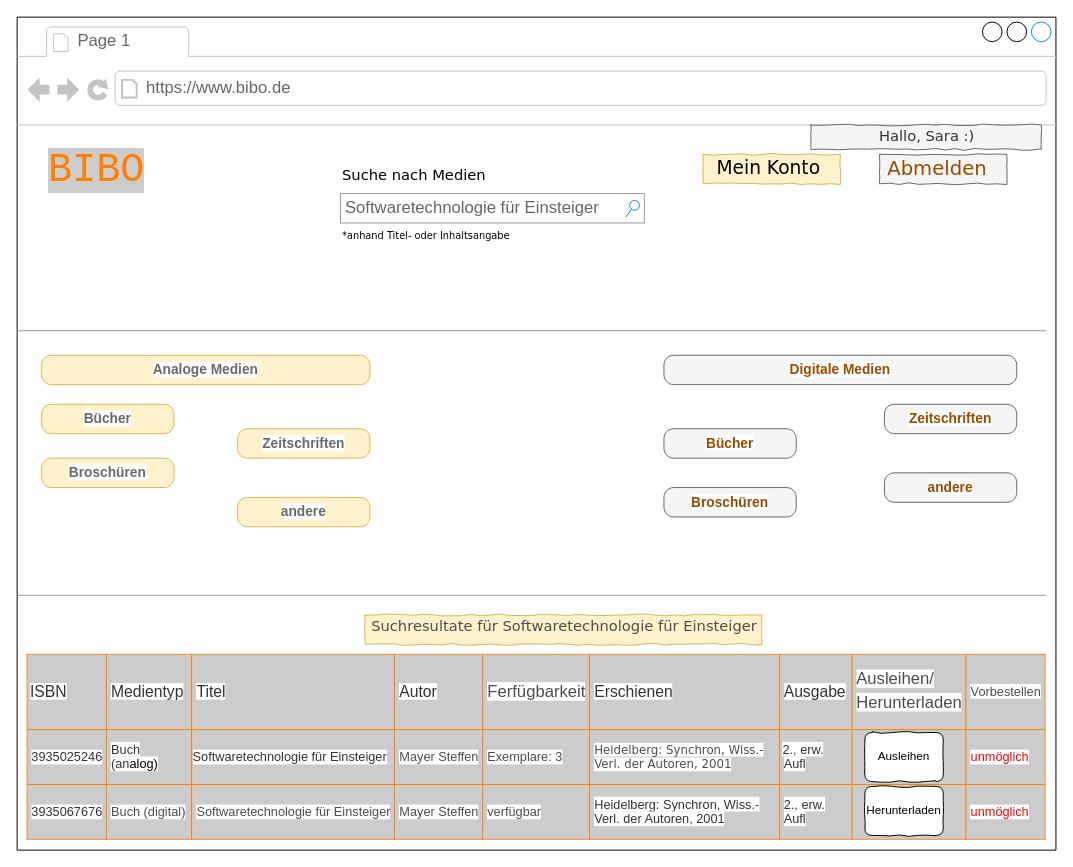
This is 3_Lasten_Pflichtenheft/Pflichtenheft/GUIs/Suchаnfrаgen von аngemeldeten Benutzer mit Rechten.drawio from mostermann96/SWT2, a draw.io file, before an edit. Source tidied: cells renumbered, new cells numbered last; positions are measured from the earlier drawing's top-left corner, leaving out a move shared by most shapes. Both pictures are drawn from the tidied source at 98%, with x=0, y=0 at pixel (17, 17).
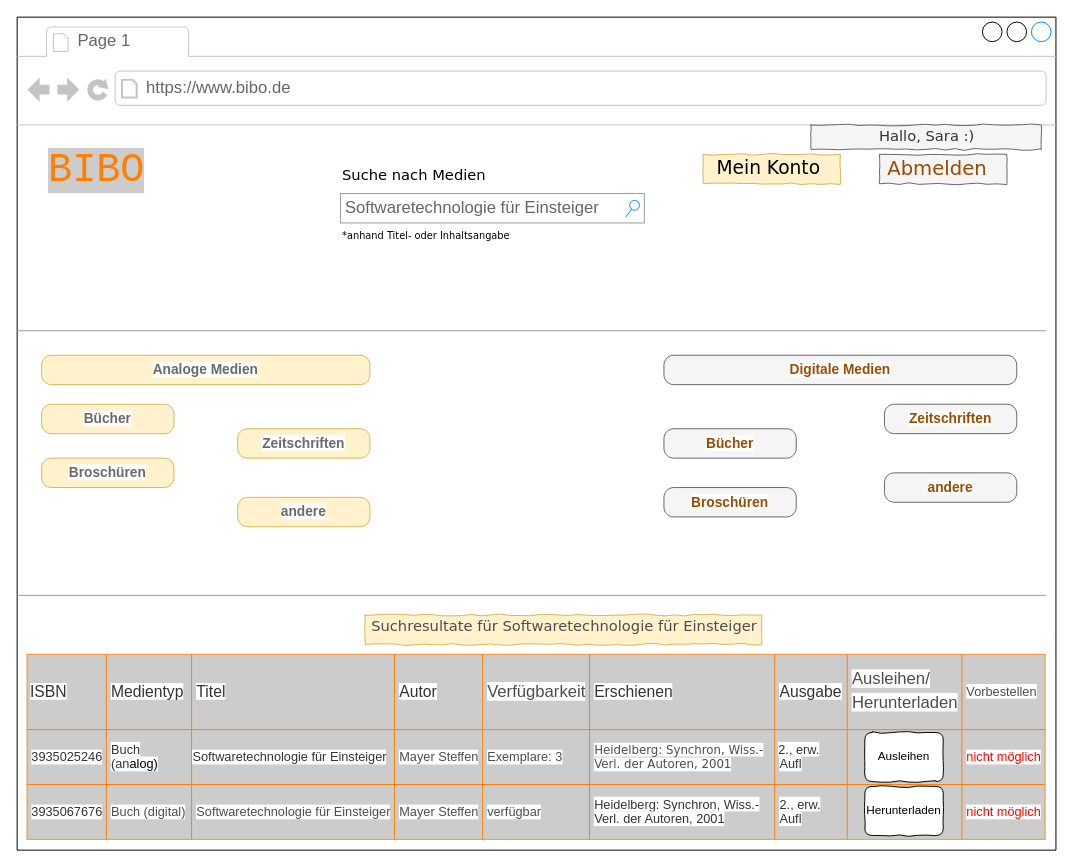
After the change.

Unchanged cells that the change refers to:
```xml
<mxCell id="2" style="strokeWidth=1;shadow=0;dashed=0;align=center;html=1;shape=mxgraph.mockup.containers.browserWindow;rSize=0;mainText=,;rounded=0;labelBackgroundColor=none;fontFamily=Verdana;fontSize=12;" parent="1" vertex="1">
  <mxGeometry width="1060" height="850" as="geometry" />
</mxCell>
```

What changed in the source:
```diff
@@
-    <mxCell id="24" value="&lt;table style=&quot;width: 100% ; height: 100% ; border-collapse: collapse ; background-color: rgb(204 , 204 , 204) ; border: 1px solid rgb(255 , 128 , 0)&quot; width=&quot;100%&quot; cellpadding=&quot;4&quot; border=&quot;1&quot;&gt;&lt;tbody style=&quot;font-size: 13px&quot;&gt;&lt;tr style=&quot;color: rgb(255 , 255 , 255)&quot;&gt;&lt;td style=&quot;text-indent: -2%&quot;&gt;&lt;font face=&quot;VisSansBold, Helvetica, Arial, sans-serif&quot; color=&quot;#333333&quot;&gt;&lt;span style=&quot;font-size: 16px ; white-space: normal ; background-color: rgb(255 , 255 , 255)&quot;&gt;ISBN&lt;/span&gt;&lt;/font&gt;&lt;br&gt;&lt;/td&gt;&lt;td&gt;&lt;span style=&quot;color: rgb(51 , 51 , 51) ; font-family: &amp;#34;vissansbold&amp;#34; , &amp;#34;helvetica&amp;#34; , &amp;#34;arial&amp;#34; , sans-serif ; font-size: 16px ; text-indent: -2% ; white-space: normal ; background-color: rgb(255 , 255 , 255)&quot;&gt;Medientyp&lt;/span&gt;&lt;br&gt;&lt;/td&gt;&lt;th align=&quot;left&quot;&gt;&lt;span style=&quot;color: rgb(51 , 51 , 51) ; font-family: &amp;#34;vissansbold&amp;#34; , &amp;#34;helvetica&amp;#34; , &amp;#34;arial&amp;#34; , sans-serif ; font-size: 16px ; font-weight: 400 ; text-indent: -2% ; white-space: normal ; background-color: rgb(255 , 255 , 255)&quot;&gt;Titel&lt;/span&gt;&lt;br&gt;&lt;/th&gt;&lt;th align=&quot;left&quot;&gt;&lt;font face=&quot;VisSansBold, Helvetica, Arial, sans-serif&quot; color=&quot;#333333&quot;&gt;&lt;span style=&quot;font-size: 16px ; font-weight: 400 ; white-space: normal ; background-color: rgb(255 , 255 , 255)&quot;&gt;Autor&lt;/span&gt;&lt;/font&gt;&lt;br&gt;&lt;/th&gt;&lt;th align=&quot;left&quot;&gt;&lt;font style=&quot;background-color: rgb(255 , 255 , 255) ; font-weight: normal ; font-size: 17px&quot; color=&quot;#4d4d4d&quot;&gt;Ferfügbarkeit&lt;/font&gt;&lt;/th&gt;&lt;td&gt;&lt;span style=&quot;color: rgb(51 , 51 , 51) ; font-family: &amp;#34;vissansbold&amp;#34; , &amp;#34;helvetica&amp;#34; , &amp;#34;arial&amp;#34; , sans-serif ; font-size: 16px ; text-indent: -2% ; white-space: normal ; background-color: rgb(255 , 255 , 255)&quot;&gt;Erschienen&lt;/span&gt;&lt;br&gt;&lt;/td&gt;&lt;td&gt;&lt;span style=&quot;color: rgb(51 , 51 , 51) ; font-family: &amp;#34;vissansbold&amp;#34; , &amp;#34;helvetica&amp;#34; , &amp;#34;arial&amp;#34; , sans-serif ; font-size: 16px ; text-indent: -2% ; white-space: normal ; background-color: rgb(255 , 255 , 255)&quot;&gt;Ausgabe&lt;/span&gt;&lt;br&gt;&lt;/td&gt;&lt;td&gt;&lt;font style=&quot;background-color: rgb(255 , 255 , 255) ; font-size: 17px&quot; color=&quot;#4d4d4d&quot;&gt;Ausleihen/&lt;br&gt;&lt;a href=&quot;https://www.google.ru/url?sa=t&amp;amp;rct=j&amp;amp;q=&amp;amp;esrc=s&amp;amp;source=web&amp;amp;cd=3&amp;amp;ved=2ahUKEwjd3rCshafmAhXLzqQKHeFkBQYQFjACegQIDBAG&amp;amp;url=https%3A%2F%2Fde.wikipedia.org%2Fwiki%2FHilfe%3AHochladen&amp;amp;usg=AOvVaw2GScPgjC7Z1DQhCU2mOQEb&quot; target=&quot;_blank&quot; style=&quot;cursor: pointer ; font-family: &amp;#34;arial&amp;#34; , sans-serif ; white-space: normal&quot;&gt;&lt;h3 class=&quot;LC20lb&quot; style=&quot;font-weight: normal ; margin: 0px ; padding: 0px ; display: inline-block ; line-height: 1.3&quot;&gt;&lt;span class=&quot;S3Uucc&quot; style=&quot;font-size: 17px&quot;&gt;&lt;font style=&quot;font-size: 17px&quot; color=&quot;#4d4d4d&quot;&gt;Herunterladen&lt;/font&gt;&lt;/span&gt;&lt;/h3&gt;&lt;/a&gt;&lt;/font&gt;&lt;/td&gt;&lt;td&gt;&lt;font style=&quot;background-color: rgb(255 , 255 , 255)&quot; color=&quot;#4d4d4d&quot;&gt;Vorbestellen&lt;/font&gt;&lt;/td&gt;&lt;/tr&gt;&lt;tr style=&quot;font-size: 13px&quot;&gt;&lt;td&gt;&lt;span style=&quot;color: rgb(51 , 51 , 51) ; font-family: &amp;#34;vissansbook&amp;#34; , &amp;#34;helvetica&amp;#34; , &amp;#34;arial&amp;#34; , sans-serif ; text-indent: -2% ; white-space: normal ; background-color: rgb(255 , 255 , 255)&quot;&gt;&lt;font style=&quot;font-size: 13px&quot;&gt;3935025246&lt;/font&gt;&lt;/span&gt;&lt;br&gt;&lt;/td&gt;&lt;td&gt;&lt;span style=&quot;color: rgb(51 , 51 , 51) ; font-family: &amp;#34;vissansbook&amp;#34; , &amp;#34;helvetica&amp;#34; , &amp;#34;arial&amp;#34; , sans-serif ; text-indent: -2% ; white-space: normal&quot;&gt;&lt;font style=&quot;font-size: 13px&quot;&gt;&lt;span style=&quot;background-color: rgb(255 , 255 , 255)&quot;&gt;Buch (an&lt;/span&gt;&lt;/font&gt;&lt;/span&gt;&lt;span style=&quot;background-color: rgb(255 , 255 , 255)&quot;&gt;alog)&lt;/span&gt;&lt;br&gt;&lt;/td&gt;&lt;td style=&quot;text-indent: -2% ; font-size: 13px&quot;&gt;&lt;font color=&quot;#333333&quot; face=&quot;vissansbook, helvetica, arial, sans-serif&quot;&gt;&lt;span style=&quot;white-space: normal ; background-color: rgb(255 , 255 , 255)&quot;&gt;Softwaretechnologie für Einsteiger&lt;/span&gt;&lt;/font&gt;&lt;/td&gt;&lt;td&gt;&lt;span style=&quot;background-color: rgb(255 , 255 , 255)&quot;&gt;&lt;font color=&quot;#4d4d4d&quot;&gt;Mayer Steffen&lt;/font&gt;&lt;/span&gt;&lt;/td&gt;&lt;td&gt;&lt;span style=&quot;background-color: rgb(255 , 255 , 255)&quot;&gt;&lt;font color=&quot;#4d4d4d&quot;&gt;Exemplare: 3&lt;/font&gt;&lt;/span&gt;&lt;/td&gt;&lt;td&gt;&lt;font style=&quot;font-size: 12px&quot; face=&quot;Verdana&quot;&gt;&lt;span style=&quot;text-indent: -2% ; white-space: normal ; background-color: rgb(255 , 255 , 255)&quot;&gt;&lt;font style=&quot;font-size: 12px&quot; color=&quot;#4d4d4d&quot;&gt;Heidelberg: Synchron, Wiss.-Verl. der Autoren, 2001&lt;/font&gt;&lt;/span&gt;&lt;br&gt;&lt;/font&gt;&lt;/td&gt;&lt;td style=&quot;text-indent: -2%&quot;&gt;&lt;font size=&quot;1&quot; color=&quot;#333333&quot;&gt;&lt;span style=&quot;white-space: normal ; font-size: 13px ; background-color: rgb(255 , 255 , 255)&quot;&gt;2., erw. Aufl&lt;/span&gt;&lt;/font&gt;&lt;br&gt;&lt;/td&gt;&lt;td&gt;&lt;br&gt;&lt;/td&gt;&lt;td&gt;&lt;span style=&quot;background-color: rgb(255 , 255 , 255)&quot;&gt;&lt;font color=&quot;#ff0000&quot;&gt;unmöglich&lt;/font&gt;&lt;/span&gt;&lt;/td&gt;&lt;/tr&gt;&lt;tr&gt;&lt;td&gt;&lt;span style=&quot;color: rgb(51 , 51 , 51) ; font-family: &amp;#34;vissansbook&amp;#34; , &amp;#34;helvetica&amp;#34; , &amp;#34;arial&amp;#34; , sans-serif ; font-size: 13px ; text-indent: -2% ; white-space: normal ; background-color: rgb(255 , 255 , 255)&quot;&gt;3935067676&lt;/span&gt;&lt;br&gt;&lt;/td&gt;&lt;td&gt;&lt;font style=&quot;font-size: 13px ; background-color: rgb(255 , 255 , 255)&quot; color=&quot;#4d4d4d&quot;&gt;Buch (digital)&lt;/font&gt;&lt;/td&gt;&lt;td&gt;&lt;font color=&quot;#4d4d4d&quot;&gt;&lt;span style=&quot;background-color: rgb(255 , 255 , 255)&quot;&gt;Softwaretechnologie für Einsteiger&lt;/span&gt;&lt;/font&gt;&lt;/td&gt;&lt;td&gt;&lt;font style=&quot;background-color: rgb(255 , 255 , 255) ; font-size: 13px&quot; color=&quot;#4d4d4d&quot;&gt;Mayer Steffen&lt;/font&gt;&lt;/td&gt;&lt;td&gt;&lt;font style=&quot;font-size: 13px ; background-color: rgb(255 , 255 , 255)&quot; color=&quot;#4d4d4d&quot;&gt;verfügbar&lt;/font&gt;&lt;/td&gt;&lt;td&gt;&lt;span style=&quot;color: rgb(51 , 51 , 51) ; text-indent: -2% ; white-space: normal ; background-color: rgb(255 , 255 , 255)&quot;&gt;&lt;font style=&quot;font-size: 13px&quot;&gt;Heidelberg: Synchron, Wiss.-Verl. der Autoren, 2001&lt;/font&gt;&lt;/span&gt;&lt;br&gt;&lt;/td&gt;&lt;td&gt;&lt;span style=&quot;color: rgb(51 , 51 , 51) ; text-indent: -2% ; white-space: normal ; background-color: rgb(255 , 255 , 255)&quot;&gt;2., erw. Aufl&lt;/span&gt;&lt;br&gt;&lt;/td&gt;&lt;td&gt;&lt;br&gt;&lt;/td&gt;&lt;td&gt;&lt;font style=&quot;background-color: rgb(255 , 255 , 255)&quot; color=&quot;#ff0000&quot;&gt;unmöglich&lt;/font&gt;&lt;/td&gt;&lt;/tr&gt;&lt;/tbody&gt;&lt;/table&gt;" style="text;html=1;overflow=fill;rounded=0;shadow=0;comic=1;imageAspect=1;" parent="2" vertex="1">
+    <mxCell id="24" value="&lt;table style=&quot;width: 100% ; height: 100% ; border-collapse: collapse ; background-color: rgb(204 , 204 , 204) ; border: 1px solid rgb(255 , 128 , 0)&quot; width=&quot;100%&quot; cellpadding=&quot;4&quot; border=&quot;1&quot;&gt;&lt;tbody style=&quot;font-size: 13px&quot;&gt;&lt;tr style=&quot;color: rgb(255 , 255 , 255)&quot;&gt;&lt;td style=&quot;text-indent: -2%&quot;&gt;&lt;font face=&quot;VisSansBold, Helvetica, Arial, sans-serif&quot; color=&quot;#333333&quot;&gt;&lt;span style=&quot;font-size: 16px ; white-space: normal ; background-color: rgb(255 , 255 , 255)&quot;&gt;ISBN&lt;/span&gt;&lt;/font&gt;&lt;br&gt;&lt;/td&gt;&lt;td&gt;&lt;span style=&quot;color: rgb(51 , 51 , 51) ; font-family: &amp;#34;vissansbold&amp;#34; , &amp;#34;helvetica&amp;#34; , &amp;#34;arial&amp;#34; , sans-serif ; font-size: 16px ; text-indent: -2% ; white-space: normal ; background-color: rgb(255 , 255 , 255)&quot;&gt;Medientyp&lt;/span&gt;&lt;br&gt;&lt;/td&gt;&lt;th align=&quot;left&quot;&gt;&lt;span style=&quot;color: rgb(51 , 51 , 51) ; font-family: &amp;#34;vissansbold&amp;#34; , &amp;#34;helvetica&amp;#34; , &amp;#34;arial&amp;#34; , sans-serif ; font-size: 16px ; font-weight: 400 ; text-indent: -2% ; white-space: normal ; background-color: rgb(255 , 255 , 255)&quot;&gt;Titel&lt;/span&gt;&lt;br&gt;&lt;/th&gt;&lt;th align=&quot;left&quot;&gt;&lt;font face=&quot;VisSansBold, Helvetica, Arial, sans-serif&quot; color=&quot;#333333&quot;&gt;&lt;span style=&quot;font-size: 16px ; font-weight: 400 ; white-space: normal ; background-color: rgb(255 , 255 , 255)&quot;&gt;Autor&lt;/span&gt;&lt;/font&gt;&lt;br&gt;&lt;/th&gt;&lt;th align=&quot;left&quot;&gt;&lt;font style=&quot;background-color: rgb(255 , 255 , 255) ; font-weight: normal ; font-size: 17px&quot; color=&quot;#4d4d4d&quot;&gt;Verfügbarkeit&lt;/font&gt;&lt;/th&gt;&lt;td&gt;&lt;span style=&quot;color: rgb(51 , 51 , 51) ; font-family: &amp;#34;vissansbold&amp;#34; , &amp;#34;helvetica&amp;#34; , &amp;#34;arial&amp;#34; , sans-serif ; font-size: 16px ; text-indent: -2% ; white-space: normal ; background-color: rgb(255 , 255 , 255)&quot;&gt;Erschienen&lt;/span&gt;&lt;br&gt;&lt;/td&gt;&lt;td&gt;&lt;span style=&quot;color: rgb(51 , 51 , 51) ; font-family: &amp;#34;vissansbold&amp;#34; , &amp;#34;helvetica&amp;#34; , &amp;#34;arial&amp;#34; , sans-serif ; font-size: 16px ; text-indent: -2% ; white-space: normal ; background-color: rgb(255 , 255 , 255)&quot;&gt;Ausgabe&lt;/span&gt;&lt;br&gt;&lt;/td&gt;&lt;td&gt;&lt;font style=&quot;background-color: rgb(255 , 255 , 255) ; font-size: 17px&quot; color=&quot;#4d4d4d&quot;&gt;Ausleihen/&lt;br&gt;&lt;a href=&quot;https://www.google.ru/url?sa=t&amp;amp;rct=j&amp;amp;q=&amp;amp;esrc=s&amp;amp;source=web&amp;amp;cd=3&amp;amp;ved=2ahUKEwjd3rCshafmAhXLzqQKHeFkBQYQFjACegQIDBAG&amp;amp;url=https%3A%2F%2Fde.wikipedia.org%2Fwiki%2FHilfe%3AHochladen&amp;amp;usg=AOvVaw2GScPgjC7Z1DQhCU2mOQEb&quot; target=&quot;_blank&quot; style=&quot;cursor: pointer ; font-family: &amp;#34;arial&amp;#34; , sans-serif ; white-space: normal&quot;&gt;&lt;h3 class=&quot;LC20lb&quot; style=&quot;font-weight: normal ; margin: 0px ; padding: 0px ; display: inline-block ; line-height: 1.3&quot;&gt;&lt;span class=&quot;S3Uucc&quot; style=&quot;font-size: 17px&quot;&gt;&lt;font style=&quot;font-size: 17px&quot; color=&quot;#4d4d4d&quot;&gt;Herunterladen&lt;/font&gt;&lt;/span&gt;&lt;/h3&gt;&lt;/a&gt;&lt;/font&gt;&lt;/td&gt;&lt;td&gt;&lt;font style=&quot;background-color: rgb(255 , 255 , 255)&quot; color=&quot;#4d4d4d&quot;&gt;Vorbestellen&lt;/font&gt;&lt;/td&gt;&lt;/tr&gt;&lt;tr style=&quot;font-size: 13px&quot;&gt;&lt;td&gt;&lt;span style=&quot;color: rgb(51 , 51 , 51) ; font-family: &amp;#34;vissansbook&amp;#34; , &amp;#34;helvetica&amp;#34; , &amp;#34;arial&amp;#34; , sans-serif ; text-indent: -2% ; white-space: normal ; background-color: rgb(255 , 255 , 255)&quot;&gt;&lt;font style=&quot;font-size: 13px&quot;&gt;3935025246&lt;/font&gt;&lt;/span&gt;&lt;br&gt;&lt;/td&gt;&lt;td&gt;&lt;span style=&quot;color: rgb(51 , 51 , 51) ; font-family: &amp;#34;vissansbook&amp;#34; , &amp;#34;helvetica&amp;#34; , &amp;#34;arial&amp;#34; , sans-serif ; text-indent: -2% ; white-space: normal&quot;&gt;&lt;font style=&quot;font-size: 13px&quot;&gt;&lt;span style=&quot;background-color: rgb(255 , 255 , 255)&quot;&gt;Buch (an&lt;/span&gt;&lt;/font&gt;&lt;/span&gt;&lt;span style=&quot;background-color: rgb(255 , 255 , 255)&quot;&gt;alog)&lt;/span&gt;&lt;br&gt;&lt;/td&gt;&lt;td style=&quot;text-indent: -2% ; font-size: 13px&quot;&gt;&lt;font color=&quot;#333333&quot; face=&quot;vissansbook, helvetica, arial, sans-serif&quot;&gt;&lt;span style=&quot;white-space: normal ; background-color: rgb(255 , 255 , 255)&quot;&gt;Softwaretechnologie für Einsteiger&lt;/span&gt;&lt;/font&gt;&lt;/td&gt;&lt;td&gt;&lt;span style=&quot;background-color: rgb(255 , 255 , 255)&quot;&gt;&lt;font color=&quot;#4d4d4d&quot;&gt;Mayer Steffen&lt;/font&gt;&lt;/span&gt;&lt;/td&gt;&lt;td&gt;&lt;span style=&quot;background-color: rgb(255 , 255 , 255)&quot;&gt;&lt;font color=&quot;#4d4d4d&quot;&gt;Exemplare: 3&lt;/font&gt;&lt;/span&gt;&lt;/td&gt;&lt;td&gt;&lt;font style=&quot;font-size: 12px&quot; face=&quot;Verdana&quot;&gt;&lt;span style=&quot;text-indent: -2% ; white-space: normal ; background-color: rgb(255 , 255 , 255)&quot;&gt;&lt;font style=&quot;font-size: 12px&quot; color=&quot;#4d4d4d&quot;&gt;Heidelberg: Synchron, Wiss.-Verl. der Autoren, 2001&lt;/font&gt;&lt;/span&gt;&lt;br&gt;&lt;/font&gt;&lt;/td&gt;&lt;td style=&quot;text-indent: -2%&quot;&gt;&lt;font size=&quot;1&quot; color=&quot;#333333&quot;&gt;&lt;span style=&quot;white-space: normal ; font-size: 13px ; background-color: rgb(255 , 255 , 255)&quot;&gt;2., erw. Aufl&lt;/span&gt;&lt;/font&gt;&lt;br&gt;&lt;/td&gt;&lt;td&gt;&lt;br&gt;&lt;/td&gt;&lt;td&gt;&lt;span style=&quot;background-color: rgb(255 , 255 , 255)&quot;&gt;&lt;font color=&quot;#ff0000&quot;&gt;nicht möglich&lt;/font&gt;&lt;/span&gt;&lt;/td&gt;&lt;/tr&gt;&lt;tr&gt;&lt;td&gt;&lt;span style=&quot;color: rgb(51 , 51 , 51) ; font-family: &amp;#34;vissansbook&amp;#34; , &amp;#34;helvetica&amp;#34; , &amp;#34;arial&amp;#34; , sans-serif ; font-size: 13px ; text-indent: -2% ; white-space: normal ; background-color: rgb(255 , 255 , 255)&quot;&gt;3935067676&lt;/span&gt;&lt;br&gt;&lt;/td&gt;&lt;td&gt;&lt;font style=&quot;font-size: 13px ; background-color: rgb(255 , 255 , 255)&quot; color=&quot;#4d4d4d&quot;&gt;Buch (digital)&lt;/font&gt;&lt;/td&gt;&lt;td&gt;&lt;font color=&quot;#4d4d4d&quot;&gt;&lt;span style=&quot;background-color: rgb(255 , 255 , 255)&quot;&gt;Softwaretechnologie für Einsteiger&lt;/span&gt;&lt;/font&gt;&lt;/td&gt;&lt;td&gt;&lt;font style=&quot;background-color: rgb(255 , 255 , 255) ; font-size: 13px&quot; color=&quot;#4d4d4d&quot;&gt;Mayer Steffen&lt;/font&gt;&lt;/td&gt;&lt;td&gt;&lt;font style=&quot;font-size: 13px ; background-color: rgb(255 , 255 , 255)&quot; color=&quot;#4d4d4d&quot;&gt;verfügbar&lt;/font&gt;&lt;/td&gt;&lt;td&gt;&lt;span style=&quot;color: rgb(51 , 51 , 51) ; text-indent: -2% ; white-space: normal ; background-color: rgb(255 , 255 , 255)&quot;&gt;&lt;font style=&quot;font-size: 13px&quot;&gt;Heidelberg: Synchron, Wiss.-Verl. der Autoren, 2001&lt;/font&gt;&lt;/span&gt;&lt;br&gt;&lt;/td&gt;&lt;td&gt;&lt;span style=&quot;color: rgb(51 , 51 , 51) ; text-indent: -2% ; white-space: normal ; background-color: rgb(255 , 255 , 255)&quot;&gt;2., erw. Aufl&lt;/span&gt;&lt;br&gt;&lt;/td&gt;&lt;td&gt;&lt;br&gt;&lt;/td&gt;&lt;td&gt;&lt;font style=&quot;background-color: rgb(255 , 255 , 255)&quot; color=&quot;#ff0000&quot;&gt;nicht möglich&lt;/font&gt;&lt;/td&gt;&lt;/tr&gt;&lt;/tbody&gt;&lt;/table&gt;" style="text;html=1;overflow=fill;rounded=0;shadow=0;comic=1;imageAspect=1;" parent="2" vertex="1">
       <mxGeometry x="10" y="650" width="1040" height="190" as="geometry" />
     </mxCell>
```
